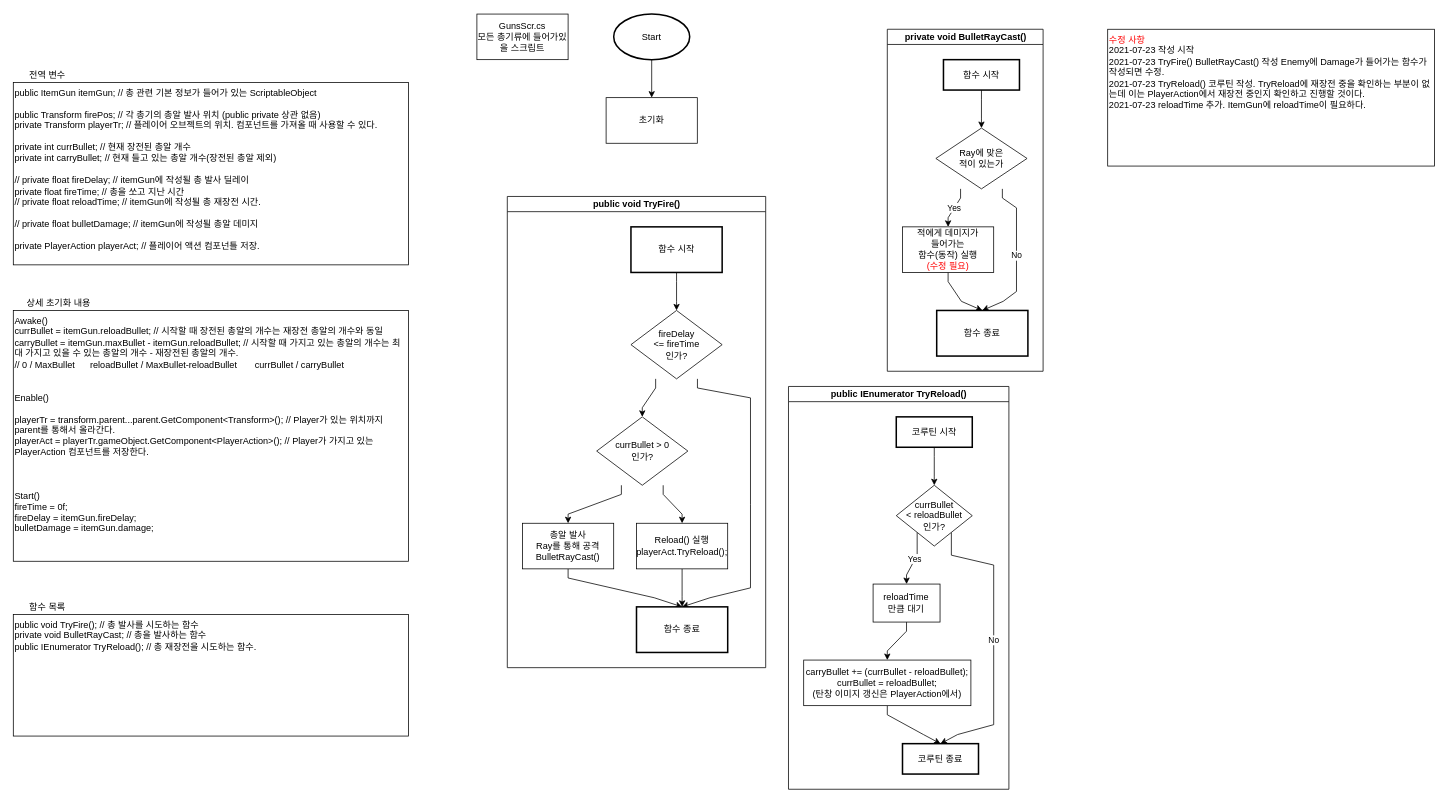
This is FlowChart/GunsScr.drawio from BckLily/YeilMainProjectBackUp, a draw.io file, before an edit. Source tidied: cells renumbered, new cells numbered last; positions are measured from the earlier drawing's top-left corner, leaving out a move shared by most shapes. Both pictures are drawn from the tidied source at 76%, with x=0, y=0 at pixel (13, 14).
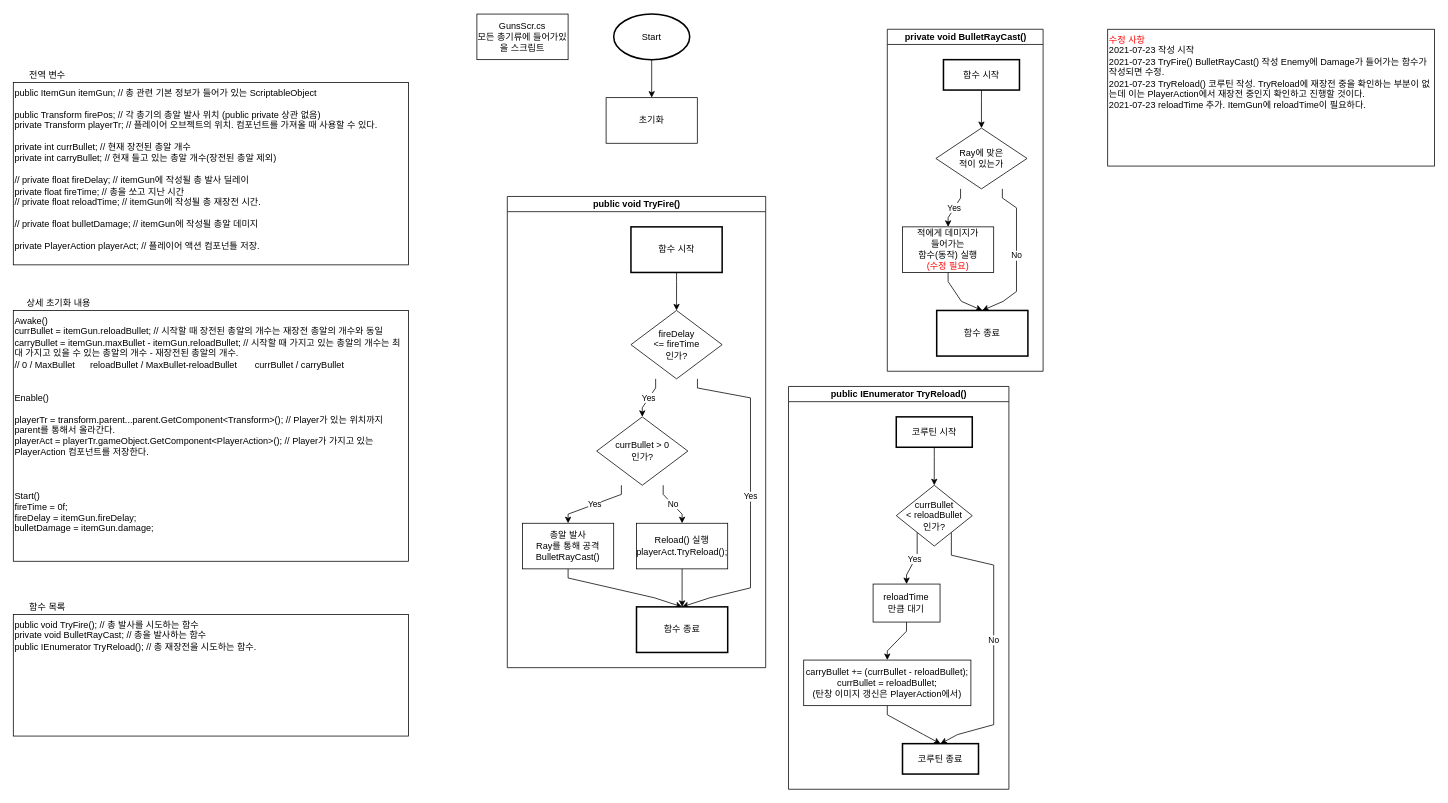
The same diagram, later.

The change refers to these unchanged cells:
```xml
<mxCell id="11" value="public void TryFire()" style="swimlane;html=1;startSize=20;horizontal=1;flowOrientation=north;interRankCellSpacing=50;containerType=tree;align=center;" parent="1" vertex="1">
  <mxGeometry x="650" y="240" width="340" height="620" as="geometry" />
</mxCell>
<mxCell id="14" value="fireDelay&lt;br&gt;&amp;lt;= fireTime&lt;br&gt;인가?" style="html=1;shape=mxgraph.flowchart.decision;whiteSpace=wrap;align=center;" parent="11" vertex="1">
  <mxGeometry x="162.7" y="150" width="120" height="90" as="geometry" />
</mxCell>
<mxCell id="17" value="currBullet &amp;gt; 0&lt;br&gt;인가?" style="html=1;shape=mxgraph.flowchart.decision;whiteSpace=wrap;align=center;" parent="11" vertex="1">
  <mxGeometry x="117.6" y="290" width="120" height="90" as="geometry" />
</mxCell>
<mxCell id="19" value="Reload() 실행&lt;br&gt;playerAct.TryReload();" style="rounded=0;whiteSpace=wrap;html=1;align=center;" parent="11" vertex="1">
  <mxGeometry x="170" y="430" width="120" height="60" as="geometry" />
</mxCell>
<mxCell id="21" value="총알 발사&lt;br&gt;Ray를 통해 공격&lt;br&gt;BulletRayCast()" style="rounded=0;whiteSpace=wrap;html=1;align=center;" parent="11" vertex="1">
  <mxGeometry x="20" y="430" width="120" height="60" as="geometry" />
</mxCell>
<mxCell id="24" value="함수 종료" style="rounded=0;whiteSpace=wrap;html=1;align=center;strokeWidth=2;" parent="11" vertex="1">
  <mxGeometry x="170" y="540" width="120" height="60" as="geometry" />
</mxCell>
```

Diff of the diagram source:
```diff
@@
-    <mxCell id="12" style="edgeStyle=orthogonalEdgeStyle;rounded=0;jettySize=auto;html=1;entryX=0.5;entryY=0;entryDx=0;entryDy=0;entryPerimeter=0;noEdgeStyle=1;orthogonal=1;" parent="11" edge="1" source="14" target="17">
+    <mxCell id="12" value="Yes" style="edgeStyle=orthogonalEdgeStyle;rounded=0;jettySize=auto;html=1;entryX=0.5;entryY=0;entryDx=0;entryDy=0;entryPerimeter=0;noEdgeStyle=1;orthogonal=1;" parent="11" edge="1" source="14" target="17">
       <mxGeometry relative="1" as="geometry">
         <Array as="points">
           <mxPoint x="195.2" y="252" />
           <mxPoint x="177.6" y="278" />
         </Array>
       </mxGeometry>
     </mxCell>
-    <mxCell id="13" style="edgeStyle=orthogonalEdgeStyle;rounded=0;jettySize=auto;html=1;entryX=0.5;entryY=0;entryDx=0;entryDy=0;noEdgeStyle=1;orthogonal=1;" parent="11" edge="1" source="14" target="24">
+    <mxCell id="13" value="Yes" style="edgeStyle=orthogonalEdgeStyle;rounded=0;jettySize=auto;html=1;entryX=0.5;entryY=0;entryDx=0;entryDy=0;noEdgeStyle=1;orthogonal=1;" parent="11" edge="1" source="14" target="24">
       <mxGeometry relative="1" as="geometry">
         <Array as="points">
           <mxPoint x="250.2" y="252" />
           <mxPoint x="320" y="265" />
           <mxPoint x="320" y="405" />
           <mxPoint x="320" y="405" />
           <mxPoint x="320" y="515" />
           <mxPoint x="266.7" y="528" />
         </Array>
       </mxGeometry>
     </mxCell>
@@
-    <mxCell id="15" style="edgeStyle=orthogonalEdgeStyle;rounded=0;jettySize=auto;html=1;entryX=0.5;entryY=0;entryDx=0;entryDy=0;noEdgeStyle=1;orthogonal=1;" parent="11" edge="1" source="17" target="21">
+    <mxCell id="15" value="Yes" style="edgeStyle=orthogonalEdgeStyle;rounded=0;jettySize=auto;html=1;entryX=0.5;entryY=0;entryDx=0;entryDy=0;noEdgeStyle=1;orthogonal=1;" parent="11" edge="1" source="17" target="21">
       <mxGeometry relative="1" as="geometry">
         <Array as="points">
           <mxPoint x="150.1" y="392" />
           <mxPoint x="80" y="418" />
         </Array>
       </mxGeometry>
     </mxCell>
-    <mxCell id="16" style="edgeStyle=orthogonalEdgeStyle;rounded=0;jettySize=auto;html=1;entryX=0.5;entryY=0;entryDx=0;entryDy=0;noEdgeStyle=1;orthogonal=1;" parent="11" edge="1" source="17" target="19">
+    <mxCell id="16" value="No" style="edgeStyle=orthogonalEdgeStyle;rounded=0;jettySize=auto;html=1;entryX=0.5;entryY=0;entryDx=0;entryDy=0;noEdgeStyle=1;orthogonal=1;" parent="11" edge="1" source="17" target="19">
       <mxGeometry relative="1" as="geometry">
         <Array as="points">
           <mxPoint x="205.1" y="392" />
           <mxPoint x="230" y="418" />
         </Array>
       </mxGeometry>
     </mxCell>
```
